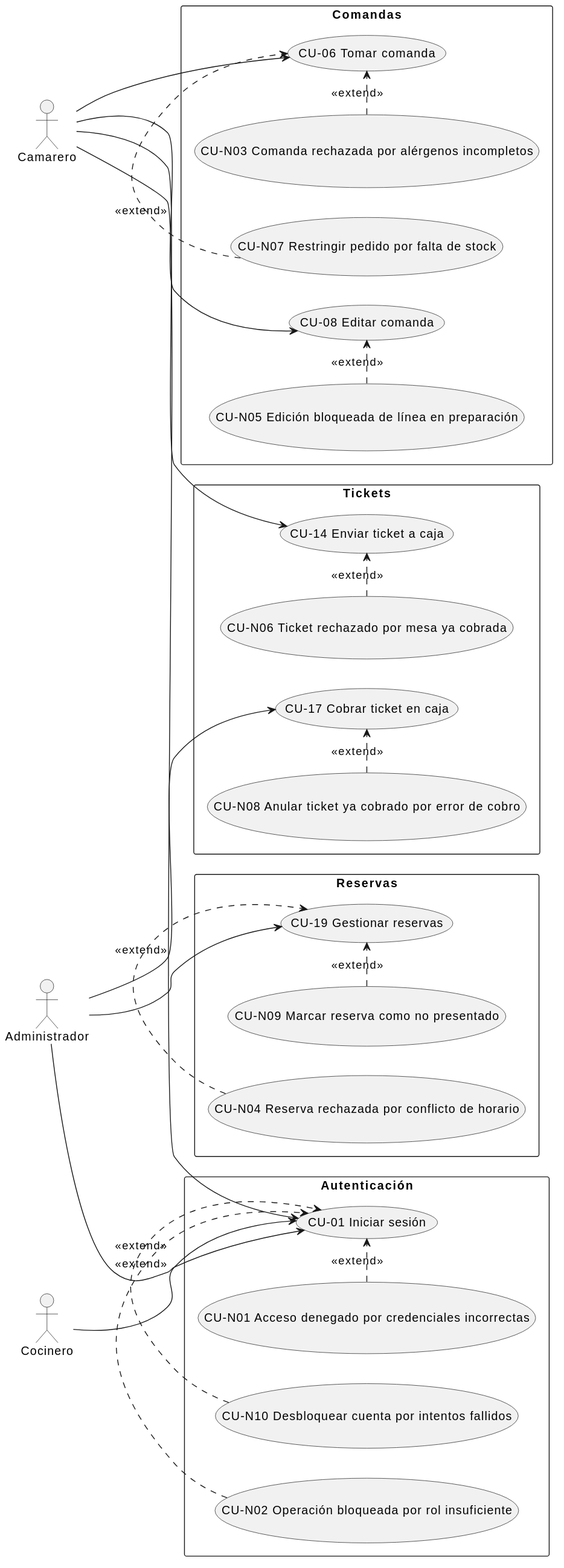
The PlantUML diagram Estudiantes/daniel-puente/Capitulo 2/imagenes/CDU-Negativos.svg in pablopeerezm/GII-TFG-2026, before a commit. The source it was exported from:
```plantuml
@startuml
left to right direction

actor Camarero
actor Administrador
actor Cocinero

rectangle "Autenticación" {
  usecase "CU-01 Iniciar sesión" as CU01
  usecase "CU-N01 Acceso denegado por credenciales incorrectas" as CUN01
  usecase "CU-N02 Operación bloqueada por rol insuficiente" as CUN02
  usecase "CU-N10 Desbloquear cuenta por intentos fallidos" as CUN10
}
rectangle "Comandas" {
  usecase "CU-06 Tomar comanda" as CU06
  usecase "CU-08 Editar comanda" as CU08
  usecase "CU-N03 Comanda rechazada por alérgenos incompletos" as CUN03
  usecase "CU-N05 Edición bloqueada de línea en preparación" as CUN05
  usecase "CU-N07 Restringir pedido por falta de stock" as CUN07
}
rectangle "Tickets" {
  usecase "CU-14 Enviar ticket a caja" as CU14
  usecase "CU-17 Cobrar ticket en caja" as CU17
  usecase "CU-N06 Ticket rechazado por mesa ya cobrada" as CUN06
  usecase "CU-N08 Anular ticket ya cobrado por error de cobro" as CUN08
}
rectangle "Reservas" {
  usecase "CU-19 Gestionar reservas" as CU19
  usecase "CU-N04 Reserva rechazada por conflicto de horario" as CUN04
  usecase "CU-N09 Marcar reserva como no presentado" as CUN09
}

Camarero --> CU01
Camarero --> CU06
Camarero --> CU08
Camarero --> CU14
Administrador --> CU01
Administrador --> CU17
Administrador --> CU19
Cocinero --> CU01

CUN01 .> CU01 : <<extend>>
CUN02 .> CU01 : <<extend>>
CUN10 .> CU01 : <<extend>>
CUN03 .> CU06 : <<extend>>
CUN07 .> CU06 : <<extend>>
CUN05 .> CU08 : <<extend>>
CUN06 .> CU14 : <<extend>>
CUN08 .> CU17 : <<extend>>
CUN04 .> CU19 : <<extend>>
CUN09 .> CU19 : <<extend>>
@enduml
```
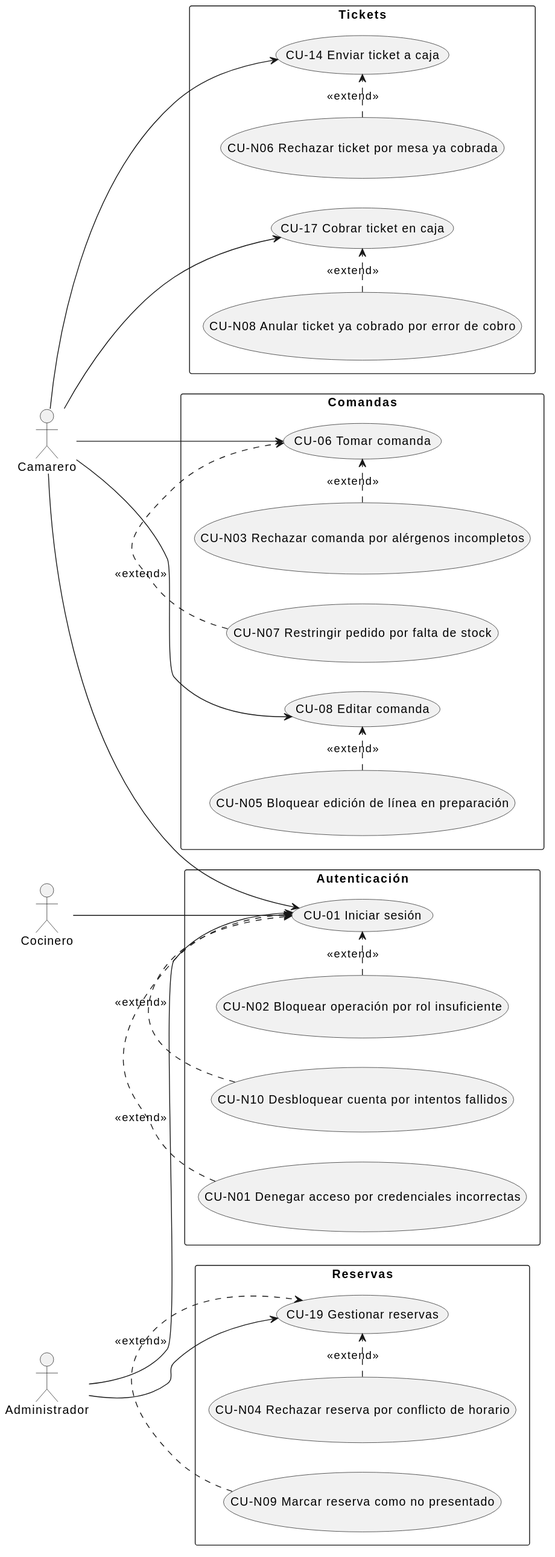
After the commit.

Diff of the diagram source:
```diff
@@ -5,48 +5,56 @@
 actor Administrador
 actor Cocinero
 
-rectangle "Autenticación" {
-  usecase "CU-01 Iniciar sesión" as CU01
-  usecase "CU-N01 Acceso denegado por credenciales incorrectas" as CUN01
-  usecase "CU-N02 Operación bloqueada por rol insuficiente" as CUN02
-  usecase "CU-N10 Desbloquear cuenta por intentos fallidos" as CUN10
-}
 rectangle "Comandas" {
-  usecase "CU-06 Tomar comanda" as CU06
-  usecase "CU-08 Editar comanda" as CU08
-  usecase "CU-N03 Comanda rechazada por alérgenos incompletos" as CUN03
-  usecase "CU-N05 Edición bloqueada de línea en preparación" as CUN05
-  usecase "CU-N07 Restringir pedido por falta de stock" as CUN07
-}
-rectangle "Tickets" {
-  usecase "CU-14 Enviar ticket a caja" as CU14
-  usecase "CU-17 Cobrar ticket en caja" as CU17
-  usecase "CU-N06 Ticket rechazado por mesa ya cobrada" as CUN06
-  usecase "CU-N08 Anular ticket ya cobrado por error de cobro" as CUN08
-}
-rectangle "Reservas" {
-  usecase "CU-19 Gestionar reservas" as CU19
-  usecase "CU-N04 Reserva rechazada por conflicto de horario" as CUN04
-  usecase "CU-N09 Marcar reserva como no presentado" as CUN09
+    usecase "CU-06 Tomar comanda" as CU06
+    usecase "CU-N03 Rechazar comanda por alérgenos incompletos" as CUN03
+    usecase "CU-N07 Restringir pedido por falta de stock" as CUN07
+    usecase "CU-08 Editar comanda" as CU08
+    usecase "CU-N05 Bloquear edición de línea en preparación" as CUN05
+
+    CUN03 .> CU06 : <<extend>>
+    CUN07 .> CU06 : <<extend>>
+    CUN05 .> CU08 : <<extend>>
 }
 
-Camarero --> CU01
+rectangle "Tickets" {
+    usecase "CU-14 Enviar ticket a caja" as CU14
+    usecase "CU-N06 Rechazar ticket por mesa ya cobrada" as CUN06
+    usecase "CU-17 Cobrar ticket en caja" as CU17
+    usecase "CU-N08 Anular ticket ya cobrado por error de cobro" as CUN08
+
+    CUN06 .> CU14 : <<extend>>
+    CUN08 .> CU17 : <<extend>>
+}
+
+rectangle "Reservas" {
+    usecase "CU-19 Gestionar reservas" as CU19
+    usecase "CU-N09 Marcar reserva como no presentado" as CUN09
+    usecase "CU-N04 Rechazar reserva por conflicto de horario" as CUN04
+
+    CUN09 .> CU19 : <<extend>>
+    CUN04 .> CU19 : <<extend>>
+}
+
+rectangle "Autenticación" {
+    usecase "CU-01 Iniciar sesión" as CU01
+    usecase "CU-N01 Denegar acceso por credenciales incorrectas" as CUN01
+    usecase "CU-N10 Desbloquear cuenta por intentos fallidos" as CUN10
+    usecase "CU-N02 Bloquear operación por rol insuficiente" as CUN02
+
+    CUN01 .> CU01 : <<extend>>
+    CUN10 .> CU01 : <<extend>>
+    CUN02 .> CU01 : <<extend>>
+}
+
 Camarero --> CU06
 Camarero --> CU08
 Camarero --> CU14
+Camarero --> CU17
+Camarero --> CU01
+
+Administrador --> CU19
 Administrador --> CU01
-Administrador --> CU17
-Administrador --> CU19
+
 Cocinero --> CU01
-
-CUN01 .> CU01 : <<extend>>
-CUN02 .> CU01 : <<extend>>
-CUN10 .> CU01 : <<extend>>
-CUN03 .> CU06 : <<extend>>
-CUN07 .> CU06 : <<extend>>
-CUN05 .> CU08 : <<extend>>
-CUN06 .> CU14 : <<extend>>
-CUN08 .> CU17 : <<extend>>
-CUN04 .> CU19 : <<extend>>
-CUN09 .> CU19 : <<extend>>
 @enduml
```
